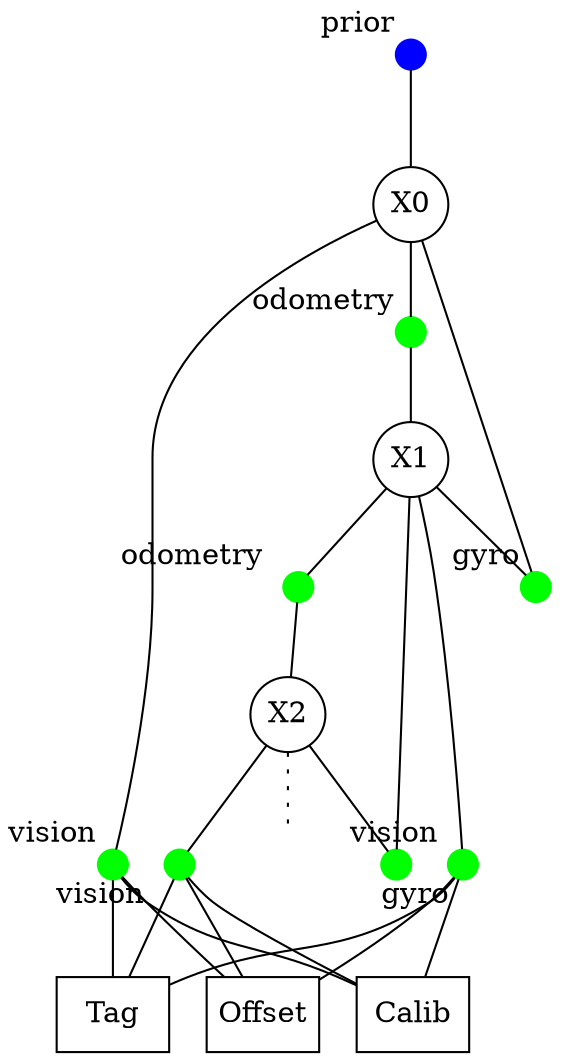
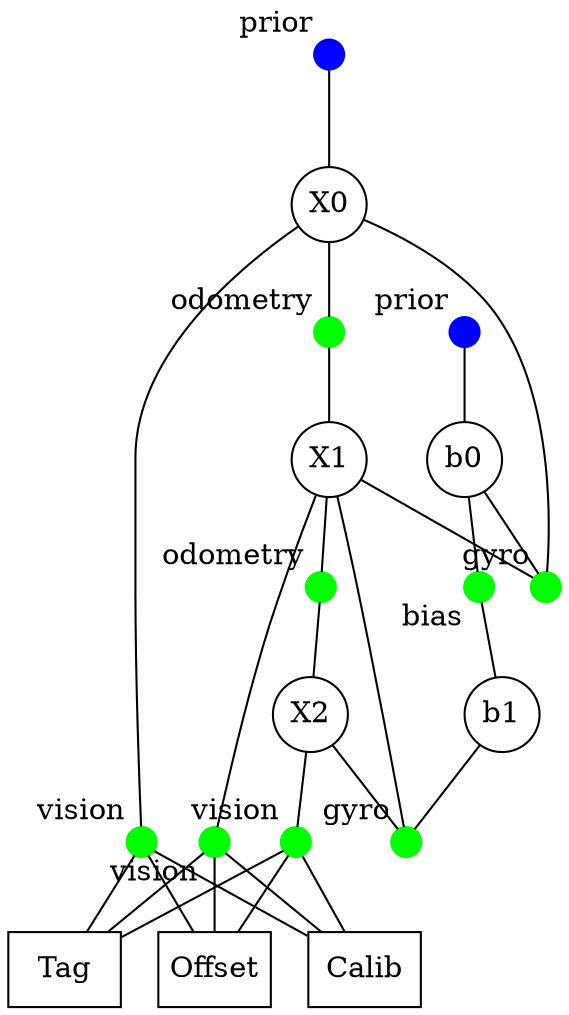
/**
 * To render this file, install the tintinweb Graphviz preview extension and click
 * the little "DOT" that appears in the upper right.  Choose the "FDP" engine,
 * which notices the "pos" parameter.
 */
graph {
    Xp [color = "blue";shape = "point";width = "0.2";xlabel = "prior";];
    X0 [label = "X0";shape = "circle";pos = "10,12!";margin = "-0.1";];
    O0 [color = "green";shape = "point";width = "0.2";xlabel = "odometry";];
-     O1 [color = "green";shape = "point";width = "0.2";xlabel = "odometry  ";];
+     O1 [color = "green";shape = "point";width = "0.2";xlabel = "odometry";];
    X1 [label = "X1";shape = "circle";pos = "12,12!";margin = "-0.1";];
    X2 [label = "X2";shape = "circle";pos = "14,12!";margin = "-0.1";];
-     Xe [label = "";shape = "none";pos = "16,12!";];
    t0 [label = "Tag";shape = "box";pos = "12,15!";];
    c0 [label = "Offset";shape = "box";margin = "-0.1";pos = "10,13!";];
    k0 [label = "Calib";shape = "box";margin = "-0.1";pos = "14,13!";];
    v0 [color = "green";shape = "point";width = "0.2";pos="11,13.5!";xlabel = "vision";];
-     v1 [color = "green";shape = "point";width = "0.2";pos="12,13.5!";xlabel = "vision ";];
-     v2 [color = "green";shape = "point";width = "0.2";pos="13,13.5!"; xlabel = "vision  ";];
+     v1 [color = "green";shape = "point";width = "0.2";pos="12,13.5!";xlabel = "vision";];
+     v2 [color = "green";shape = "point";width = "0.2";pos="13,13.5!"; xlabel = "vision";];
    g0 [color = "green";shape = "point";width = "0.2";xlabel = "gyro";];
-     g1 [color = "green";shape = "point";width = "0.2";xlabel = "gyro ";];
+     g1 [color = "green";shape = "point";width = "0.2";xlabel = "gyro";];
    bd [label = "";shape = "none";pos = "16,10!";];
+     b0 [label = "b0";shape = "circle";pos = "11,10!";margin = "-0.1";];
+     b1 [label = "b1";shape = "circle";pos = "13,10!";margin = "-0.1";];
+     gb [color = "green";shape = "point";width = "0.2";xlabel = "bias";];
+     bp [color = "blue";shape = "point";width = "0.2";xlabel = "prior";];

    Xp -- X0;
    X0 -- O0;
    O0 -- X1;
    X1 -- O1;
    O1 -- X2;
-     X2 -- Xe [style = "dotted";];
    X0 -- v0;
    X1 -- v1;
    X2 -- v2;
    v0 -- t0;
    v1 -- t0;
    v2 -- t0;
    v0 -- c0;
    v1 -- c0;
    v2 -- c0;
    v0 -- k0;
    v1 -- k0;
    v2 -- k0;
    g0 -- X0;
    g1 -- X1;
    X1 -- g0;
    X2 -- g1;
+     b0 -- g0;
+     b0 -- gb;
+     b1 -- g1;
+     gb -- b1;
+     bp -- b0;
}
